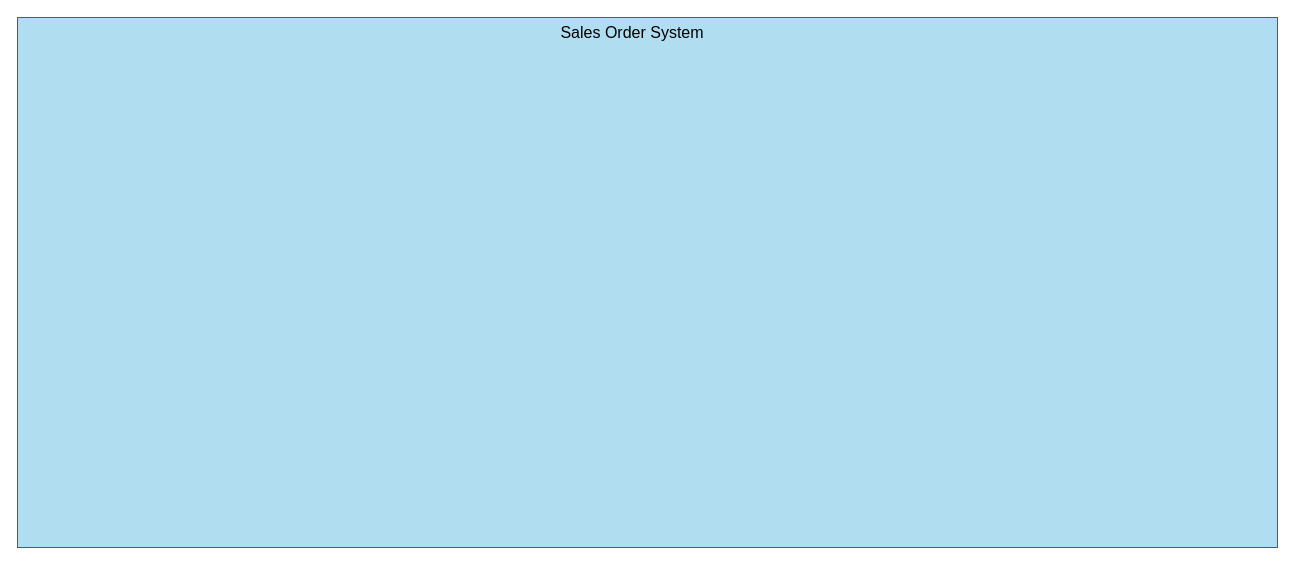
Simasco/diagram keeps this draw.io diagram as Sales Order System.drawio. Above is the earlier version. Source tidied: cells renumbered, new cells numbered last; positions are measured from the earlier drawing's top-left corner, leaving out a move shared by most shapes. Both pictures are drawn from the tidied source at 100%, with x=0, y=0 at pixel (17, 17).
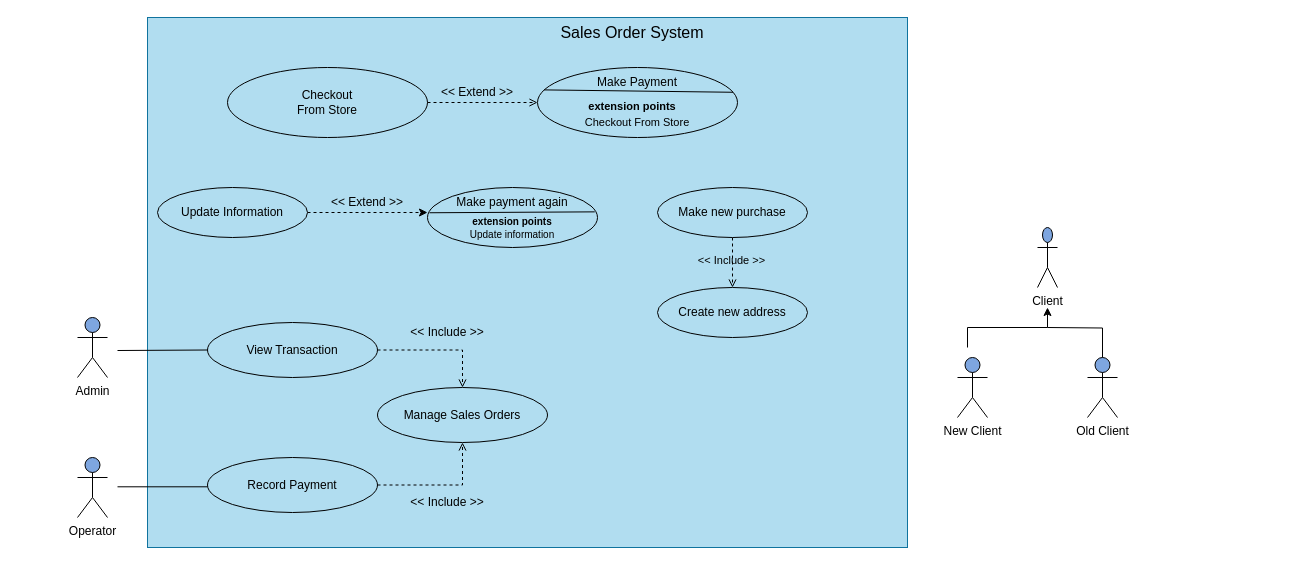
Above is the later version.

Diff of the diagram source:
```diff
@@
     <mxCell id="2" style="rounded=0;whiteSpace=wrap;html=1;fillColor=#b1ddf0;strokeColor=#10739e;" parent="1" vertex="1">
-      <mxGeometry width="1260" height="530" as="geometry" />
+      <mxGeometry x="130" width="760" height="530" as="geometry" />
     </mxCell>
@@
+    <mxCell id="4" value="Checkout&lt;div&gt;From Store&lt;/div&gt;" style="ellipse;whiteSpace=wrap;html=1;fillColor=#b1ddf0;strokeColor=#000000;" parent="1" vertex="1">
+      <mxGeometry x="210" y="50" width="200" height="70" as="geometry" />
+    </mxCell>
+    <mxCell id="5" style="endArrow=open;dashed=1;html=1;rounded=0;exitX=1;exitY=0.5;exitDx=0;exitDy=0;entryX=0;entryY=0.5;entryDx=0;entryDy=0;endFill=0;" parent="1" edge="1" source="4" target="27">
+      <mxGeometry relative="1" as="geometry" />
+    </mxCell>
+    <mxCell id="6" value="&amp;lt;&amp;lt; Extend &amp;gt;&amp;gt;" style="text;html=1;align=center;verticalAlign=middle;whiteSpace=wrap;rounded=0;" parent="1" vertex="1">
+      <mxGeometry x="420" y="60" width="80" height="30" as="geometry" />
+    </mxCell>
+    <mxCell id="7" value="Admin" style="shape=umlActor;verticalLabelPosition=bottom;verticalAlign=top;html=1;fillColor=#7EA6E0;" parent="1" vertex="1">
+      <mxGeometry x="60" y="300" width="30" height="60" as="geometry" />
+    </mxCell>
+    <mxCell id="8" value="Operator" style="shape=umlActor;verticalLabelPosition=bottom;verticalAlign=top;html=1;fillColor=#7EA6E0;" parent="1" vertex="1">
+      <mxGeometry x="60" y="440" width="30" height="60" as="geometry" />
+    </mxCell>
+    <mxCell id="9" style="edgeStyle=orthogonalEdgeStyle;rounded=0;jettySize=auto;html=1;exitX=1;exitY=0.5;exitDx=0;exitDy=0;endArrow=open;endFill=0;dashed=1;" parent="1" edge="1" source="10" target="13">
+      <mxGeometry relative="1" as="geometry" />
+    </mxCell>
+    <mxCell id="10" value="View Transaction" style="ellipse;whiteSpace=wrap;html=1;fillColor=#b1ddf0;strokeColor=#000000;" parent="1" vertex="1">
+      <mxGeometry x="190" y="305" width="170" height="55" as="geometry" />
+    </mxCell>
+    <mxCell id="11" style="edgeStyle=orthogonalEdgeStyle;rounded=0;jettySize=auto;html=1;exitX=1;exitY=0.5;exitDx=0;exitDy=0;endArrow=open;endFill=0;dashed=1;" parent="1" edge="1" source="12" target="13">
+      <mxGeometry relative="1" as="geometry" />
+    </mxCell>
+    <mxCell id="12" value="Record Payment" style="ellipse;whiteSpace=wrap;html=1;fillColor=#b1ddf0;strokeColor=#000000;" parent="1" vertex="1">
+      <mxGeometry x="190" y="440" width="170" height="55" as="geometry" />
+    </mxCell>
+    <mxCell id="13" value="Manage Sales Orders" style="ellipse;whiteSpace=wrap;html=1;fillColor=#b1ddf0;strokeColor=#000000;" parent="1" vertex="1">
+      <mxGeometry x="360" y="370" width="170" height="55" as="geometry" />
+    </mxCell>
+    <mxCell id="14" style="endArrow=none;html=1;rounded=0;entryX=0;entryY=0.5;entryDx=0;entryDy=0;" parent="1" edge="1" target="10">
+      <mxGeometry relative="1" as="geometry">
+        <mxPoint x="100" y="333" as="sourcePoint" />
+      </mxGeometry>
+    </mxCell>
+    <mxCell id="15" style="endArrow=none;html=1;rounded=0;entryX=0;entryY=0.5;entryDx=0;entryDy=0;" parent="1" edge="1">
+      <mxGeometry relative="1" as="geometry">
+        <mxPoint x="100" y="469.3" as="sourcePoint" />
+        <mxPoint x="190" y="469.3" as="targetPoint" />
+      </mxGeometry>
+    </mxCell>
+    <mxCell id="16" value="&amp;lt;&amp;lt; Include &amp;gt;&amp;gt;" style="text;html=1;align=center;verticalAlign=middle;whiteSpace=wrap;rounded=0;" parent="1" vertex="1">
+      <mxGeometry x="380" y="470" width="100" height="30" as="geometry" />
+    </mxCell>
+    <mxCell id="17" value="&amp;lt;&amp;lt; Include &amp;gt;&amp;gt;" style="text;html=1;align=center;verticalAlign=middle;whiteSpace=wrap;rounded=0;" parent="1" vertex="1">
+      <mxGeometry x="380" y="300" width="100" height="30" as="geometry" />
+    </mxCell>
+    <mxCell id="18" value="Client" style="shape=umlActor;verticalLabelPosition=bottom;verticalAlign=top;html=1;fillColor=#7EA6E0;" parent="1" vertex="1">
+      <mxGeometry x="1020" y="210" width="20" height="60" as="geometry" />
+    </mxCell>
+    <mxCell id="19" value="Old Client" style="shape=umlActor;verticalLabelPosition=bottom;verticalAlign=top;html=1;outlineConnect=0;fillColor=#7EA6E0;" parent="1" vertex="1">
+      <mxGeometry x="1070" y="340" width="30" height="60" as="geometry" />
+    </mxCell>
+    <mxCell id="20" value="New Client" style="shape=umlActor;verticalLabelPosition=bottom;verticalAlign=top;html=1;fillColor=#7EA6E0;" parent="1" vertex="1">
+      <mxGeometry x="940" y="340" width="30" height="60" as="geometry" />
+    </mxCell>
+    <mxCell id="21" style="group;" parent="1" vertex="1">
+      <mxGeometry x="1030" y="280" width="10" height="30" as="geometry" />
+    </mxCell>
+    <mxCell id="22" style="edgeStyle=orthogonalEdgeStyle;rounded=0;jettySize=auto;html=1;endArrow=none;endFill=0;" parent="21" edge="1" target="19">
+      <mxGeometry relative="1" as="geometry">
+        <mxPoint y="30" as="sourcePoint" />
+      </mxGeometry>
+    </mxCell>
+    <mxCell id="23" style="endArrow=none;html=1;rounded=0;startArrow=classic;startFill=1;" parent="1" edge="1">
+      <mxGeometry relative="1" as="geometry">
+        <mxPoint x="1030" y="290" as="sourcePoint" />
+        <mxPoint x="1030" y="310" as="targetPoint" />
+      </mxGeometry>
+    </mxCell>
+    <mxCell id="24" style="endArrow=none;html=1;rounded=0;" parent="1" edge="1">
+      <mxGeometry relative="1" as="geometry">
+        <mxPoint x="950" y="330" as="sourcePoint" />
+        <mxPoint x="950" y="310" as="targetPoint" />
+      </mxGeometry>
+    </mxCell>
+    <mxCell id="25" style="endArrow=none;html=1;rounded=0;" parent="1" edge="1">
+      <mxGeometry relative="1" as="geometry">
+        <mxPoint x="950" y="310" as="sourcePoint" />
+        <mxPoint x="1030" y="310" as="targetPoint" />
+      </mxGeometry>
+    </mxCell>
+    <mxCell id="26" style="group;" parent="1" vertex="1">
+      <mxGeometry x="520" y="50" width="200" height="70" as="geometry" />
+    </mxCell>
+    <mxCell id="27" style="ellipse;whiteSpace=wrap;html=1;fillColor=#b1ddf0;strokeColor=#000000;" parent="26" vertex="1">
+      <mxGeometry width="200" height="70" as="geometry" />
+    </mxCell>
+    <mxCell id="28" value="Make Payment" style="text;html=1;align=center;verticalAlign=middle;whiteSpace=wrap;rounded=0;" parent="26" vertex="1">
+      <mxGeometry x="50" width="100" height="30" as="geometry" />
+    </mxCell>
+    <mxCell id="29" style="endArrow=none;html=1;rounded=0;exitX=0.033;exitY=0.32;exitDx=0;exitDy=0;exitPerimeter=0;entryX=0.978;entryY=0.354;entryDx=0;entryDy=0;entryPerimeter=0;" parent="26" edge="1" source="27" target="27">
+      <mxGeometry relative="1" as="geometry" />
+    </mxCell>
+    <mxCell id="30" value="&lt;b style=&quot;font-size: 11px;&quot;&gt;extension points&lt;/b&gt;&lt;div style=&quot;text-align: left; font-size: 11px;&quot;&gt;&lt;br&gt;&lt;/div&gt;" style="text;html=1;align=center;verticalAlign=middle;whiteSpace=wrap;rounded=0;" parent="26" vertex="1">
+      <mxGeometry x="50" y="30" width="90" height="30" as="geometry" />
+    </mxCell>
+    <mxCell id="31" value="&lt;span style=&quot;font-size: 11px; text-align: left;&quot;&gt;Checkout From Store&lt;/span&gt;" style="text;html=1;align=center;verticalAlign=middle;whiteSpace=wrap;rounded=0;" parent="26" vertex="1">
+      <mxGeometry x="30" y="40" width="140" height="30" as="geometry" />
+    </mxCell>
+    <mxCell id="32" style="group;" parent="1" vertex="1">
+      <mxGeometry x="410" y="170" width="200" height="120" as="geometry" />
+    </mxCell>
+    <mxCell id="33" style="ellipse;whiteSpace=wrap;html=1;fillColor=#b1ddf0;strokeColor=#000000;" parent="32" vertex="1">
+      <mxGeometry width="170" height="60" as="geometry" />
+    </mxCell>
+    <mxCell id="34" style="endArrow=none;html=1;rounded=0;exitX=0.012;exitY=0.421;exitDx=0;exitDy=0;exitPerimeter=0;entryX=0.984;entryY=0.406;entryDx=0;entryDy=0;entryPerimeter=0;" parent="32" edge="1" source="33" target="33">
+      <mxGeometry relative="1" as="geometry" />
+    </mxCell>
+    <mxCell id="35" value="Make payment again" style="text;html=1;align=center;verticalAlign=middle;whiteSpace=wrap;rounded=0;" parent="32" vertex="1">
+      <mxGeometry x="25" width="120" height="30" as="geometry" />
+    </mxCell>
+    <mxCell id="36" value="&lt;b style=&quot;font-size: 10px;&quot;&gt;&lt;font style=&quot;font-size: 10px;&quot;&gt;extension points&lt;/font&gt;&lt;/b&gt;&lt;div style=&quot;text-align: left; font-size: 10px;&quot;&gt;&lt;font style=&quot;font-size: 10px;&quot;&gt;Update information&lt;/font&gt;&lt;/div&gt;" style="text;html=1;align=center;verticalAlign=middle;whiteSpace=wrap;rounded=0;" parent="32" vertex="1">
+      <mxGeometry x="40" y="30" width="90" height="20" as="geometry" />
+    </mxCell>
+    <mxCell id="37" style="edgeStyle=orthogonalEdgeStyle;rounded=0;jettySize=auto;html=1;exitX=1;exitY=0.5;exitDx=0;exitDy=0;dashed=1;" parent="1" edge="1" source="38">
+      <mxGeometry relative="1" as="geometry">
+        <mxPoint x="410" y="195" as="targetPoint" />
+      </mxGeometry>
+    </mxCell>
+    <mxCell id="38" value="Update Information" style="ellipse;whiteSpace=wrap;html=1;fillColor=#b1ddf0;strokeColor=#000000;" parent="1" vertex="1">
+      <mxGeometry x="140" y="170" width="150" height="50" as="geometry" />
+    </mxCell>
+    <mxCell id="39" value="&amp;lt;&amp;lt; Extend &amp;gt;&amp;gt;" style="text;html=1;align=center;verticalAlign=middle;whiteSpace=wrap;rounded=0;" parent="1" vertex="1">
+      <mxGeometry x="310" y="170" width="80" height="30" as="geometry" />
+    </mxCell>
+    <mxCell id="40" style="edgeStyle=orthogonalEdgeStyle;rounded=0;jettySize=auto;html=1;exitX=0.5;exitY=1;exitDx=0;exitDy=0;entryX=0.5;entryY=0;entryDx=0;entryDy=0;dashed=1;endArrow=open;endFill=0;" parent="1" edge="1" source="42" target="43">
+      <mxGeometry relative="1" as="geometry" />
+    </mxCell>
+    <mxCell id="41" value="&amp;lt;&amp;lt; Include &amp;gt;&amp;gt;" style="edgeLabel;html=1;align=center;verticalAlign=middle;labelBackgroundColor=none;" parent="40" vertex="1">
+      <mxGeometry x="-0.14" y="-2" relative="1" as="geometry" />
+    </mxCell>
+    <mxCell id="42" value="Make new purchase" style="ellipse;whiteSpace=wrap;html=1;fillColor=#b1ddf0;strokeColor=#000000;" parent="1" vertex="1">
+      <mxGeometry x="640" y="170" width="150" height="50" as="geometry" />
+    </mxCell>
+    <mxCell id="43" value="Create new address" style="ellipse;whiteSpace=wrap;html=1;fillColor=#b1ddf0;strokeColor=#000000;" parent="1" vertex="1">
+      <mxGeometry x="640" y="270" width="150" height="50" as="geometry" />
+    </mxCell>
```
